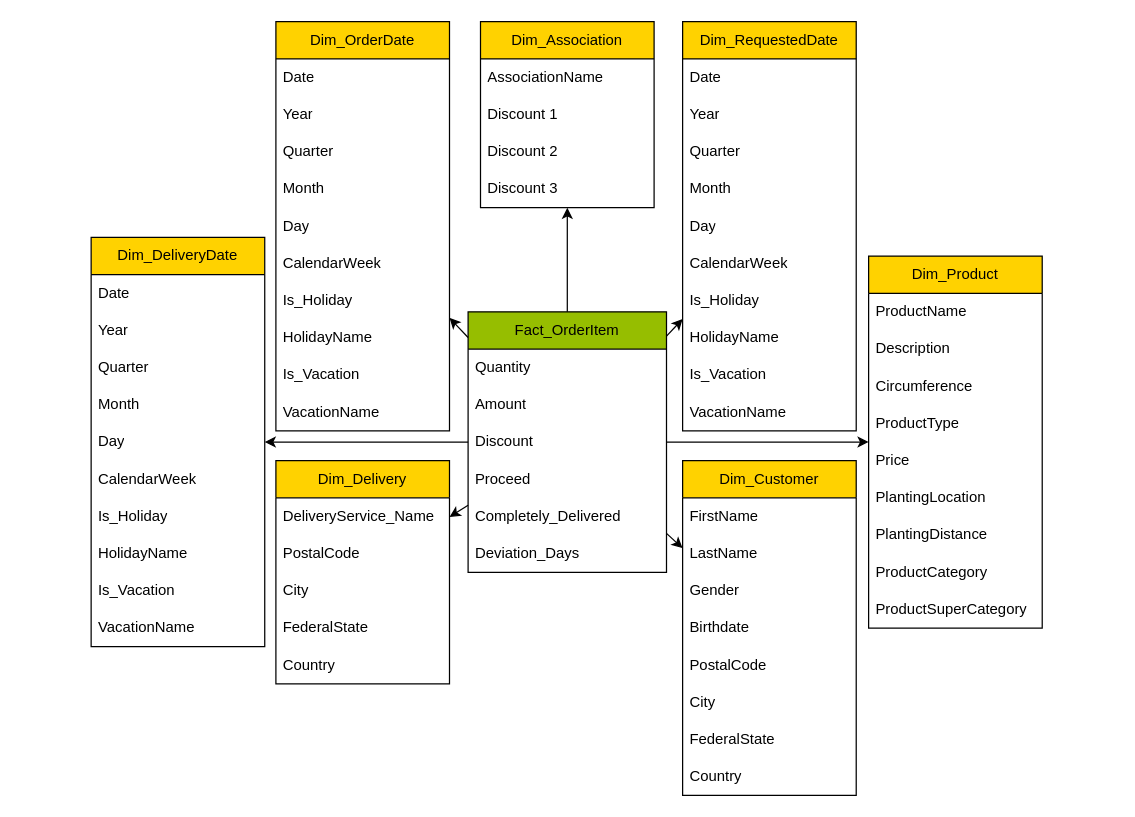
Earlier version of the draw.io diagram static/U05/StarSchema-willibald.drawio (hsh-bis242/hsh-bi-class). Source tidied: cells renumbered, new cells numbered last; positions are measured from the earlier drawing's top-left corner, leaving out a move shared by most shapes. Both pictures are drawn from the tidied source at 124%, with x=0, y=0 at pixel (91, 21).
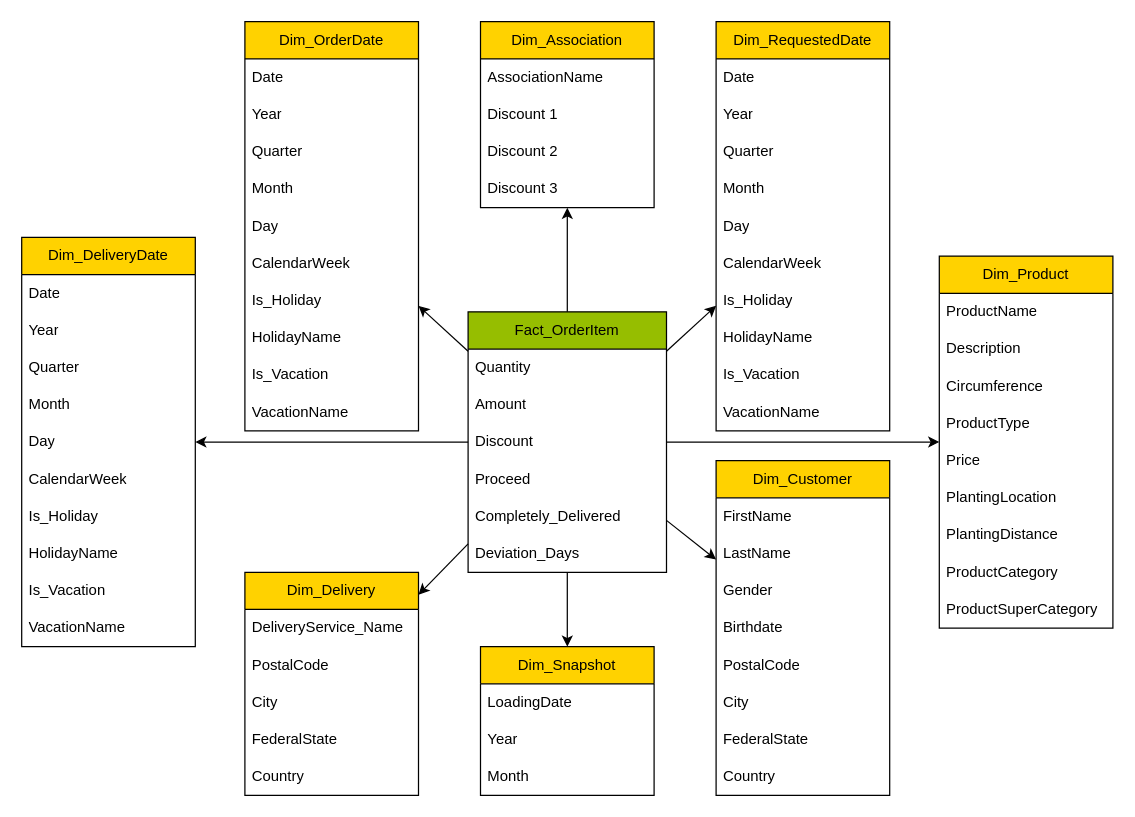
After the change.

Commit message (it also covers changes not shown here):
Adds Dim_Snapshot to starschema

Unchanged cells that the change refers to:
```xml
<mxCell id="2" value="Fact_OrderItem" style="swimlane;fontStyle=0;horizontal=1;startSize=30;whiteSpace=wrap;html=1;fillColor=#96BE00;" parent="1" vertex="1">
  <mxGeometry x="304" y="234" width="160" height="210" as="geometry" />
</mxCell>
```

Diff of the diagram source:
```diff
@@
     <mxCell id="9" value="Dim_Product" style="swimlane;fontStyle=0;horizontal=1;startSize=30;whiteSpace=wrap;html=1;fillColor=#FFD200;" parent="1" vertex="1">
-      <mxGeometry x="627" y="189" width="140" height="300" as="geometry" />
+      <mxGeometry x="684" y="189" width="140" height="300" as="geometry" />
     </mxCell>
@@
     <mxCell id="20" value="Dim_Customer" style="swimlane;fontStyle=0;horizontal=1;startSize=30;whiteSpace=wrap;html=1;fillColor=#FFD200;" parent="1" vertex="1">
-      <mxGeometry x="477" y="354" width="140" height="270" as="geometry" />
+      <mxGeometry x="504" y="354" width="140" height="270" as="geometry" />
     </mxCell>
@@
     <mxCell id="36" value="Dim_Delivery" style="swimlane;fontStyle=0;horizontal=1;startSize=30;whiteSpace=wrap;html=1;fillColor=#FFD200;" parent="1" vertex="1">
-      <mxGeometry x="149" y="354" width="140" height="180" as="geometry" />
+      <mxGeometry x="124" y="444" width="140" height="180" as="geometry" />
     </mxCell>
@@
     <mxCell id="43" value="Dim_DeliveryDate" style="swimlane;fontStyle=0;horizontal=1;startSize=30;whiteSpace=wrap;html=1;fillColor=#FFD200;" parent="1" vertex="1">
-      <mxGeometry y="174" width="140" height="330" as="geometry" />
+      <mxGeometry x="-56" y="174" width="140" height="330" as="geometry" />
     </mxCell>
@@
     <mxCell id="55" value="Dim_RequestedDate" style="swimlane;fontStyle=0;horizontal=1;startSize=30;whiteSpace=wrap;html=1;fillColor=#FFD200;" parent="1" vertex="1">
-      <mxGeometry x="477" width="140" height="330" as="geometry" />
+      <mxGeometry x="504" width="140" height="330" as="geometry" />
     </mxCell>
@@
     <mxCell id="67" value="Dim_OrderDate" style="swimlane;fontStyle=0;horizontal=1;startSize=30;whiteSpace=wrap;html=1;fillColor=#FFD200;" parent="1" vertex="1">
-      <mxGeometry x="149" width="140" height="330" as="geometry" />
+      <mxGeometry x="124" width="140" height="330" as="geometry" />
     </mxCell>
@@
+    <mxCell id="79" value="Dim_Snapshot" style="swimlane;fontStyle=0;horizontal=1;startSize=30;whiteSpace=wrap;html=1;fillColor=#FFD200;" parent="1" vertex="1">
+      <mxGeometry x="314" y="504" width="140" height="120" as="geometry" />
+    </mxCell>
+    <mxCell id="80" value="LoadingDate" style="text;strokeColor=none;fillColor=none;align=left;verticalAlign=middle;spacingLeft=4;spacingRight=4;overflow=hidden;whiteSpace=wrap;html=1;" parent="79" vertex="1">
+      <mxGeometry y="30" width="140" height="30" as="geometry" />
+    </mxCell>
+    <mxCell id="81" value="Year" style="text;strokeColor=none;fillColor=none;align=left;verticalAlign=middle;spacingLeft=4;spacingRight=4;overflow=hidden;whiteSpace=wrap;html=1;" parent="79" vertex="1">
+      <mxGeometry y="60" width="140" height="30" as="geometry" />
+    </mxCell>
+    <mxCell id="82" value="Month" style="text;strokeColor=none;fillColor=none;align=left;verticalAlign=middle;spacingLeft=4;spacingRight=4;overflow=hidden;whiteSpace=wrap;html=1;" parent="79" vertex="1">
+      <mxGeometry y="90" width="140" height="30" as="geometry" />
+    </mxCell>
+    <mxCell id="83" style="endArrow=classic;html=1;rounded=0;" parent="1" edge="1" source="2" target="79">
+      <mxGeometry relative="1" as="geometry" />
+    </mxCell>
```
